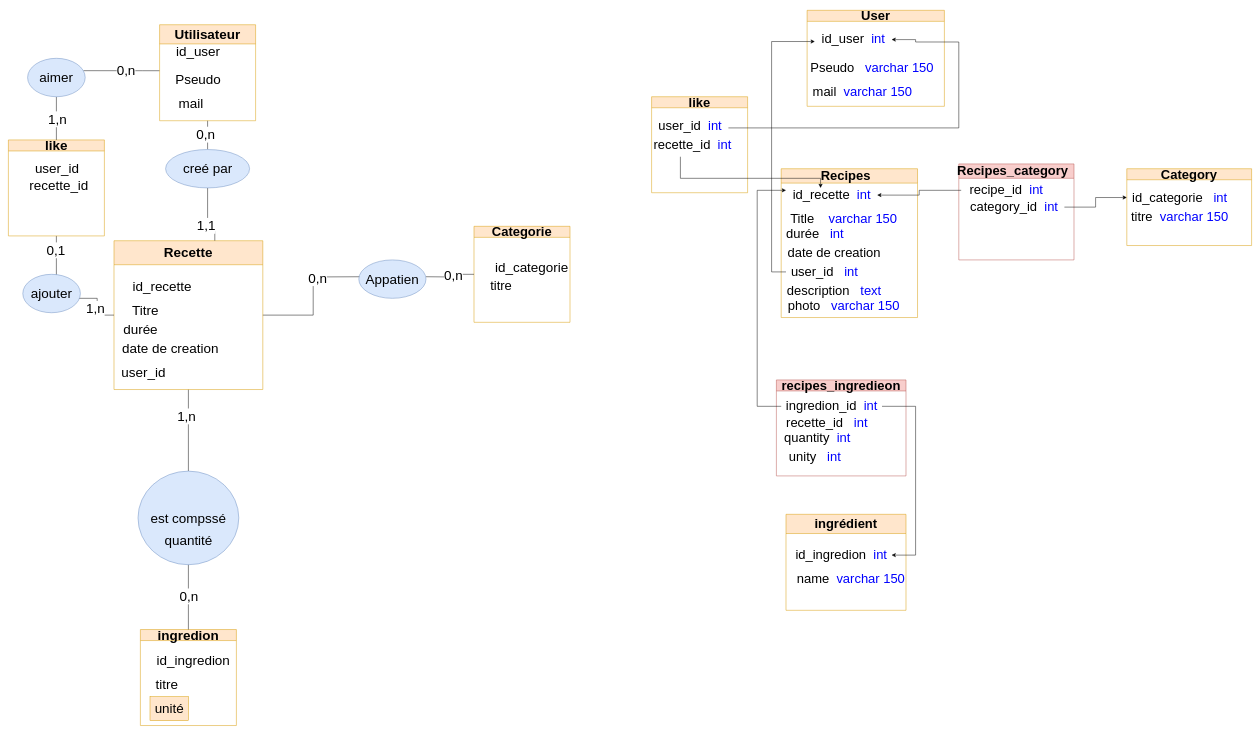
Earlier version of the draw.io diagram Diagramme sans nom.drawio (sgjiri/marmiton). Source tidied: cells renumbered, new cells numbered last; positions are measured from the earlier drawing's top-left corner, leaving out a move shared by most shapes. Both pictures are drawn from the tidied source at 48%, with x=0, y=0 at pixel (8, 10).
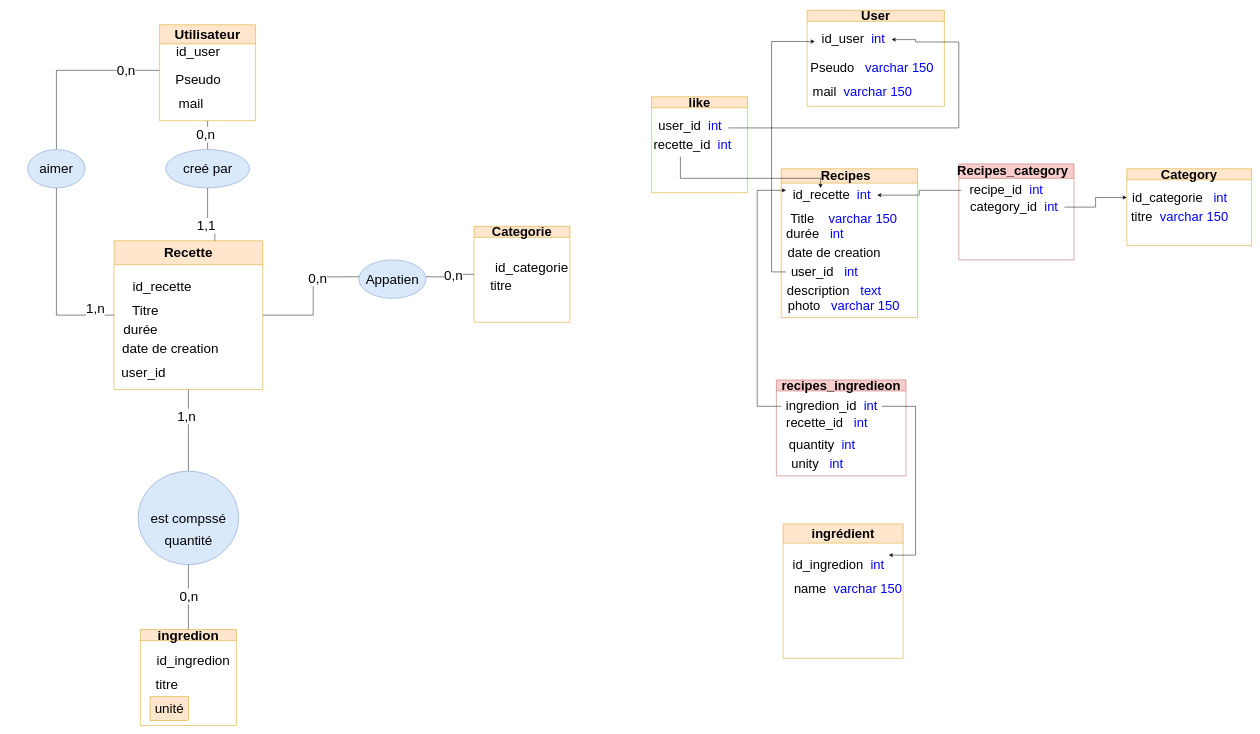
The same diagram, later.

Commit message:
Mettre à jour Diagramme sans nom.drawio

The change refers to these unchanged cells:
```xml
<mxCell id="5" value="Recette" style="swimlane;whiteSpace=wrap;html=1;fillColor=#ffe6cc;strokeColor=#d79b00;fontSize=28;startSize=50;" parent="1" vertex="1">
  <mxGeometry x="220" y="480" width="310" height="310" as="geometry" />
</mxCell>
<mxCell id="22" value="&lt;font style=&quot;font-size: 28px;&quot;&gt;Utilisateur&lt;/font&gt;" style="swimlane;whiteSpace=wrap;html=1;fillColor=#ffe6cc;strokeColor=#d79b00;fontSize=17;startSize=40;" parent="1" vertex="1">
  <mxGeometry x="315" y="30" width="200" height="200" as="geometry" />
</mxCell>
<mxCell id="55" value="recipes_ingredieon" style="swimlane;whiteSpace=wrap;html=1;fillColor=#f8cecc;strokeColor=#b85450;fontSize=27;" parent="1" vertex="1">
  <mxGeometry x="1600" y="770" width="270" height="200" as="geometry" />
</mxCell>
```

Change to the diagram source:
```diff
@@
-    <mxCell id="21" style="edgeStyle=orthogonalEdgeStyle;rounded=0;jettySize=auto;html=1;entryX=0.969;entryY=0.322;entryDx=0;entryDy=0;endArrow=none;endFill=0;entryPerimeter=0;fontSize=28;" parent="1" edge="1" source="22" target="76">
+    <mxCell id="21" style="edgeStyle=orthogonalEdgeStyle;rounded=0;jettySize=auto;html=1;entryX=0.5;entryY=0;entryDx=0;entryDy=0;endArrow=none;endFill=0;fontSize=28;" parent="1" edge="1" source="22" target="76">
       <mxGeometry relative="1" as="geometry">
         <Array as="points">
-          <mxPoint x="280" y="125" />
+          <mxPoint x="100" y="125" />
         </Array>
       </mxGeometry>
     </mxCell>
@@
     <mxCell id="43" value="ingrédient" style="swimlane;whiteSpace=wrap;html=1;fillColor=#ffe6cc;strokeColor=#d79b00;fontSize=27;startSize=40;" parent="1" vertex="1">
-      <mxGeometry x="1620" y="1050" width="250" height="200" as="geometry" />
+      <mxGeometry x="1614" y="1070" width="250" height="280" as="geometry" />
     </mxCell>
@@
     <mxCell id="57" value="quantity&amp;nbsp;&amp;nbsp;&lt;font color=&quot;#0000ff&quot; style=&quot;font-size: 27px;&quot;&gt;int&lt;/font&gt;" style="text;html=1;align=center;verticalAlign=middle;strokeColor=none;fillColor=none;fontSize=27;" parent="55" vertex="1">
-      <mxGeometry x="5" y="95" width="160" height="50" as="geometry" />
+      <mxGeometry x="15" y="110" width="160" height="50" as="geometry" />
     </mxCell>
     <mxCell id="58" value="unity&amp;nbsp; &amp;nbsp;&lt;font color=&quot;#0000ff&quot; style=&quot;font-size: 27px;&quot;&gt;int&lt;/font&gt;" style="text;html=1;align=center;verticalAlign=middle;strokeColor=none;fillColor=none;fontSize=27;" parent="55" vertex="1">
-      <mxGeometry x="15" y="135" width="130" height="50" as="geometry" />
+      <mxGeometry x="20" y="150" width="130" height="50" as="geometry" />
     </mxCell>
@@
-    <mxCell id="66" style="edgeStyle=orthogonalEdgeStyle;rounded=0;jettySize=auto;html=1;entryX=0.583;entryY=0.125;entryDx=0;entryDy=0;entryPerimeter=0;endArrow=none;endFill=0;fontSize=28;" parent="1" edge="1" source="67" target="77">
-      <mxGeometry relative="1" as="geometry" />
-    </mxCell>
-    <mxCell id="67" value="like" style="swimlane;whiteSpace=wrap;html=1;fillColor=#ffe6cc;strokeColor=#d79b00;fontSize=28;" parent="1" vertex="1">
-      <mxGeometry y="270" width="200" height="200" as="geometry" />
-    </mxCell>
-    <mxCell id="68" value="user_id&amp;nbsp;" style="text;html=1;align=center;verticalAlign=middle;strokeColor=none;fillColor=none;fontSize=28;" parent="67" vertex="1">
-      <mxGeometry x="45" y="35" width="120" height="50" as="geometry" />
-    </mxCell>
-    <mxCell id="69" value="recette_id" style="text;html=1;align=center;verticalAlign=middle;strokeColor=none;fillColor=none;fontSize=28;" parent="67" vertex="1">
-      <mxGeometry x="30" y="70" width="150" height="50" as="geometry" />
-    </mxCell>
-    <mxCell id="70" style="edgeStyle=orthogonalEdgeStyle;rounded=0;jettySize=auto;html=1;entryX=0.5;entryY=0;entryDx=0;entryDy=0;endArrow=none;endFill=0;exitX=0.5;exitY=1;exitDx=0;exitDy=0;fontSize=28;" parent="1" edge="1" source="76" target="67">
-      <mxGeometry relative="1" as="geometry" />
-    </mxCell>
-    <mxCell id="71" style="edgeStyle=orthogonalEdgeStyle;rounded=0;jettySize=auto;html=1;exitX=0.917;exitY=0.625;exitDx=0;exitDy=0;endArrow=none;endFill=0;entryX=0;entryY=0.5;entryDx=0;entryDy=0;exitPerimeter=0;fontSize=28;" parent="1" edge="1" source="77" target="5">
+    <mxCell id="71" style="edgeStyle=orthogonalEdgeStyle;rounded=0;jettySize=auto;html=1;exitX=0.5;exitY=1;exitDx=0;exitDy=0;endArrow=none;endFill=0;entryX=0;entryY=0.5;entryDx=0;entryDy=0;fontSize=28;" parent="1" edge="1" source="76" target="5">
       <mxGeometry relative="1" as="geometry" />
     </mxCell>
@@
-    <mxCell id="73" value="1,n" style="edgeLabel;html=1;align=center;verticalAlign=middle;fontSize=28;" parent="1" vertex="1">
-      <mxGeometry x="665" y="567" as="geometry">
-        <mxPoint x="-564" y="-341" as="offset" />
-      </mxGeometry>
-    </mxCell>
-    <mxCell id="74" value="0,1" style="edgeLabel;html=1;align=center;verticalAlign=middle;fontSize=28;" parent="1" vertex="1">
-      <mxGeometry x="665" y="567" as="geometry">
-        <mxPoint x="-567" y="-68" as="offset" />
-      </mxGeometry>
-    </mxCell>
@@
     <mxCell id="76" value="aimer" style="ellipse;whiteSpace=wrap;html=1;fillColor=#dae8fc;strokeColor=#6c8ebf;fontSize=28;" parent="1" vertex="1">
-      <mxGeometry x="40" y="100" width="120" height="80" as="geometry" />
+      <mxGeometry x="40" y="290" width="120" height="80" as="geometry" />
     </mxCell>
-    <mxCell id="77" value="ajouter" style="ellipse;whiteSpace=wrap;html=1;fillColor=#dae8fc;strokeColor=#6c8ebf;fontSize=28;" parent="1" vertex="1">
-      <mxGeometry x="30" y="550" width="120" height="80" as="geometry" />
-    </mxCell>
```
